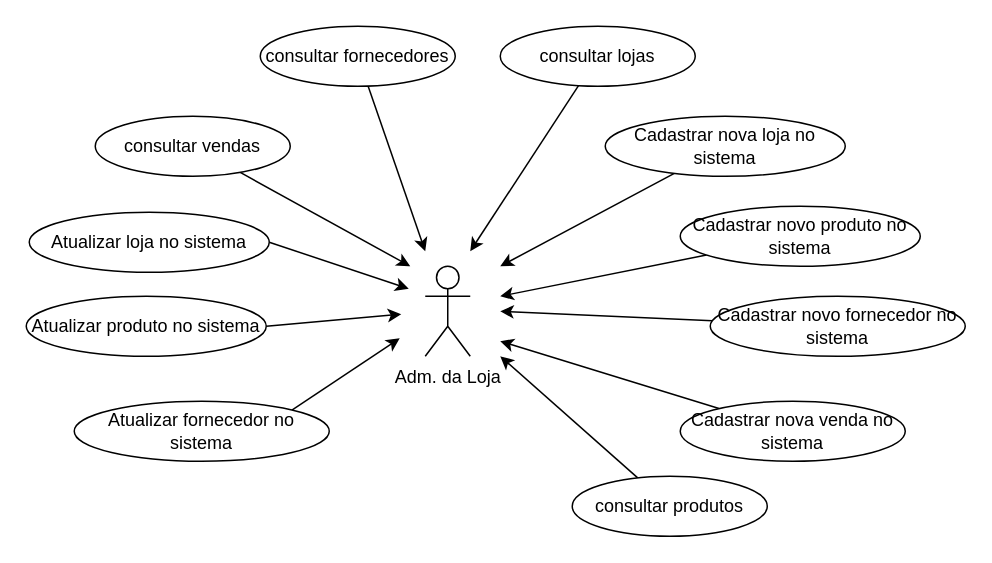
This is docs/use case diagram/CUD.drawio from K0R0B0R0S/aps2-blackboard, a draw.io file, before an edit. Source tidied: cells renumbered, new cells numbered last; positions are measured from the earlier drawing's top-left corner, leaving out a move shared by most shapes. Both pictures are drawn from the tidied source at 150%, with x=0, y=0 at pixel (26, 26).
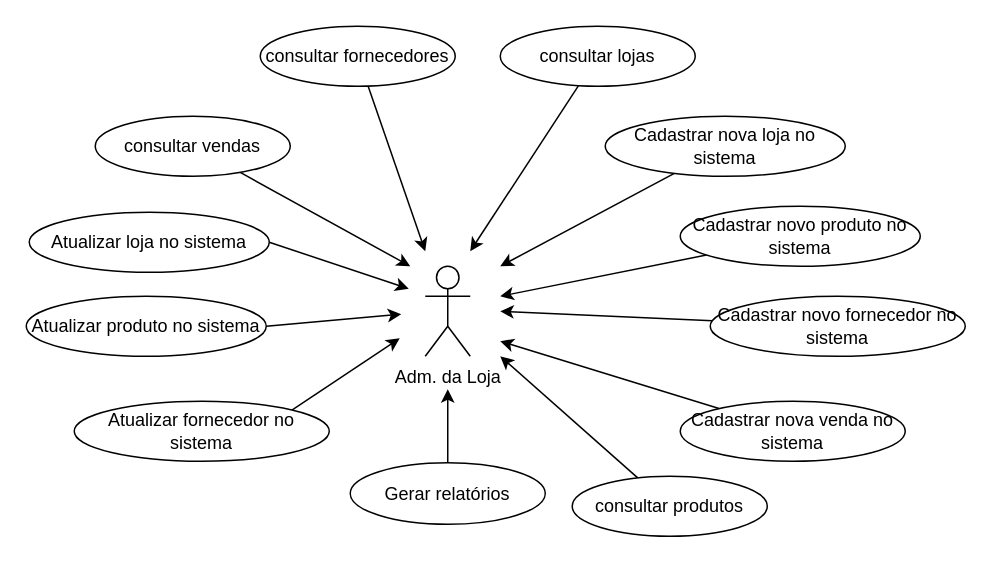
After the change.

Commit message:
add: caso de uso-gerar relatorio

Change to the diagram source:
```diff
@@
+    <mxCell id="25" style="edgeStyle=none;html=1;" parent="1" edge="1" source="26">
+      <mxGeometry relative="1" as="geometry">
+        <mxPoint x="281" y="242" as="targetPoint" />
+      </mxGeometry>
+    </mxCell>
+    <mxCell id="26" value="Gerar relatórios" style="ellipse;whiteSpace=wrap;html=1;" parent="1" vertex="1">
+      <mxGeometry x="216" y="291" width="130" height="41" as="geometry" />
+    </mxCell>
```
